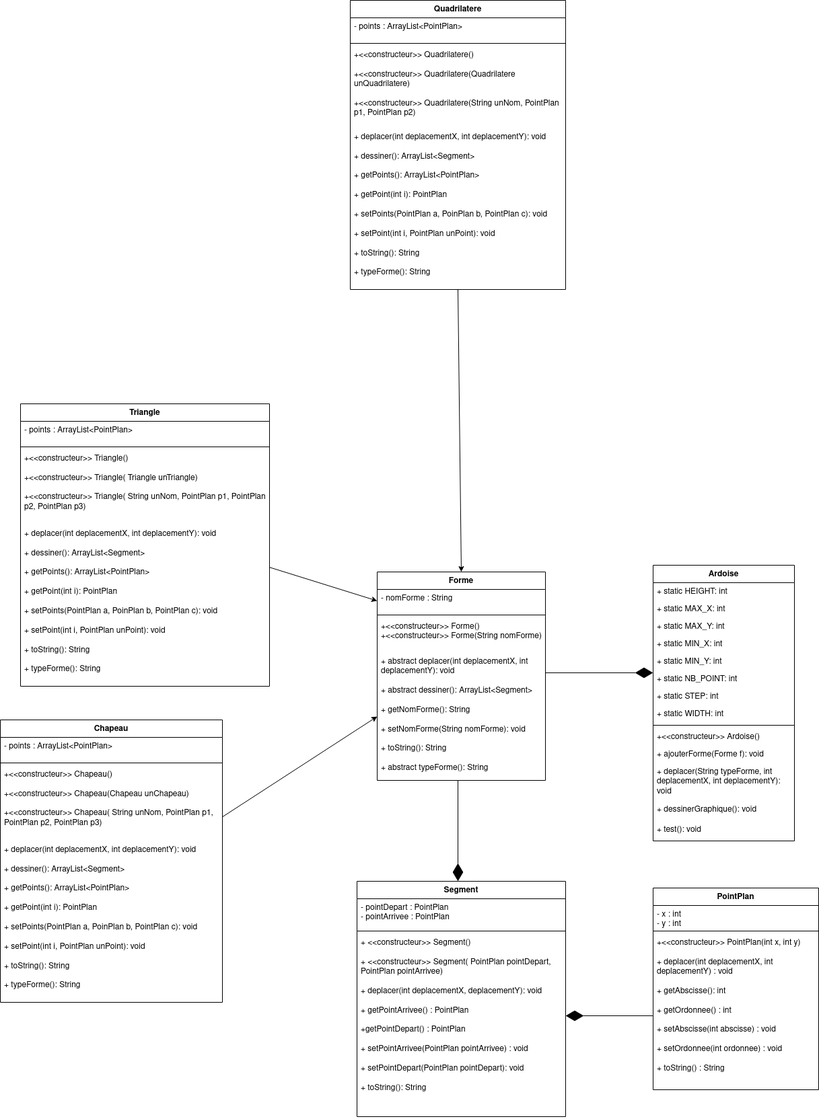
Before: Diagramme_Classe_avec_heritage.drawio.png, a diagram exported from draw.io (Psynona/SAE201). Source tidied: cells renumbered, new cells last; positions are measured from the earlier drawing's top-left corner, leaving out a move shared by most shapes.
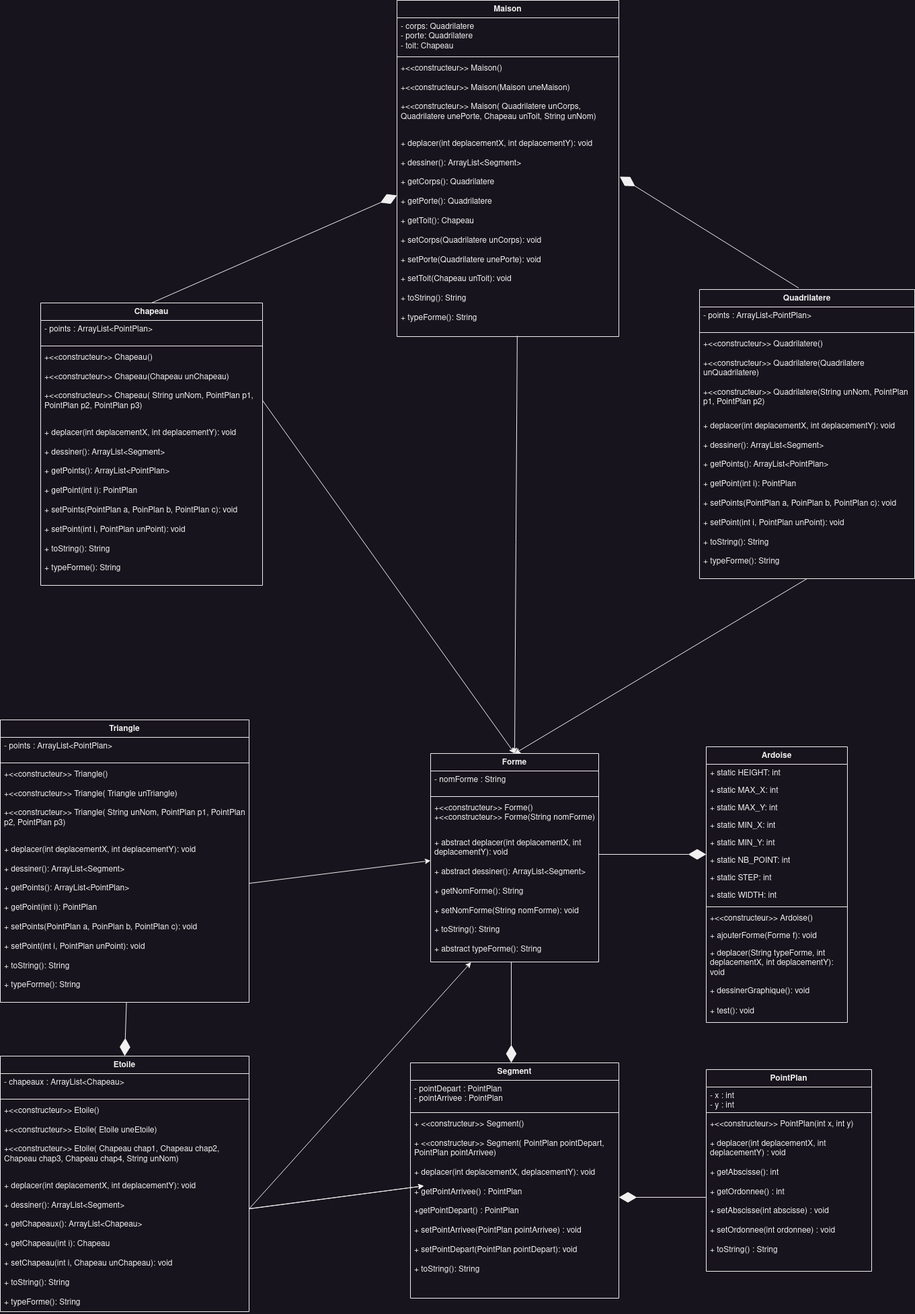
The same diagram one commit later.

The edit, as a diff of the source:
```diff
@@ -104,7 +104,7 @@
       </mxGeometry>
     </mxCell>
     <mxCell id="33" value="Triangle" style="swimlane;fontStyle=1;align=center;verticalAlign=top;horizontal=1;startSize=26;whiteSpace=wrap;html=1;" parent="1" vertex="1">
-      <mxGeometry x="30" y="600" width="370" height="420" as="geometry" />
+      <mxGeometry x="-80" y="800" width="370" height="420" as="geometry" />
     </mxCell>
     <mxCell id="34" value="- points : ArrayList&amp;lt;PointPlan&amp;gt;" style="text;strokeColor=none;fillColor=none;align=left;verticalAlign=top;spacingLeft=4;spacingRight=4;overflow=hidden;whiteSpace=wrap;html=1;" parent="33" vertex="1">
       <mxGeometry y="26" width="370" height="34" as="geometry" />
@@ -118,11 +118,11 @@
     <mxCell id="37" value="&lt;div&gt;+ deplacer(int deplacementX, int deplacementY): void&lt;/div&gt;&lt;div&gt;&lt;br&gt;&lt;/div&gt;&lt;div&gt;+ dessiner(): ArrayList&amp;lt;Segment&amp;gt;&lt;/div&gt;&lt;div&gt;&lt;br&gt;&lt;/div&gt;&lt;div&gt;+ getPoints(): ArrayList&amp;lt;PointPlan&amp;gt;&lt;/div&gt;&lt;div&gt;&lt;br&gt;&lt;/div&gt;&lt;div&gt;+ getPoint(int i): PointPlan&lt;/div&gt;&lt;div&gt;&lt;br&gt;&lt;/div&gt;&lt;div&gt;+ setPoints(PointPlan a, PoinPlan b, PointPlan c): void&lt;/div&gt;&lt;div&gt;&lt;br&gt;&lt;/div&gt;&lt;div&gt;+ setPoint(int i, PointPlan unPoint): void&lt;br&gt;&lt;/div&gt;&lt;div&gt;&lt;br&gt;&lt;/div&gt;&lt;div&gt;+ toString(): String&lt;/div&gt;&lt;div&gt;&lt;br&gt;&lt;/div&gt;&lt;div&gt;+ typeForme(): String&lt;br&gt;&lt;/div&gt;&lt;div&gt;&lt;br&gt;&lt;br&gt;&lt;br&gt;&lt;/div&gt;" style="text;strokeColor=none;fillColor=none;align=left;verticalAlign=top;spacingLeft=4;spacingRight=4;overflow=hidden;points=[[0,0.5],[1,0.5]];portConstraint=eastwest;whiteSpace=wrap;html=1;" parent="33" vertex="1">
       <mxGeometry y="180" width="370" height="240" as="geometry" />
     </mxCell>
-    <mxCell id="38" style="endArrow=classic;html=1;rounded=0;entryX=0;entryY=0.5;entryDx=0;entryDy=0;exitX=1;exitY=0.263;exitDx=0;exitDy=0;exitPerimeter=0;" parent="1" edge="1" source="37" target="18">
+    <mxCell id="38" style="endArrow=classic;html=1;rounded=0;entryX=0;entryY=0.207;entryDx=0;entryDy=0;exitX=1;exitY=0.263;exitDx=0;exitDy=0;exitPerimeter=0;entryPerimeter=0;" parent="1" edge="1" source="37" target="21">
       <mxGeometry relative="1" as="geometry" />
     </mxCell>
     <mxCell id="39" value="Quadrilatere" style="swimlane;fontStyle=1;align=center;verticalAlign=top;horizontal=1;startSize=26;whiteSpace=wrap;html=1;" parent="1" vertex="1">
-      <mxGeometry x="520" width="320" height="430" as="geometry" />
+      <mxGeometry x="960" y="160" width="320" height="430" as="geometry" />
     </mxCell>
     <mxCell id="40" value="- points : ArrayList&amp;lt;PointPlan&amp;gt;" style="text;strokeColor=none;fillColor=none;align=left;verticalAlign=top;spacingLeft=4;spacingRight=4;overflow=hidden;whiteSpace=wrap;html=1;" parent="39" vertex="1">
       <mxGeometry y="26" width="320" height="34" as="geometry" />
@@ -137,7 +137,7 @@
       <mxGeometry y="190" width="320" height="240" as="geometry" />
     </mxCell>
     <mxCell id="44" value="Chapeau" style="swimlane;fontStyle=1;align=center;verticalAlign=top;horizontal=1;startSize=26;whiteSpace=wrap;html=1;" parent="1" vertex="1">
-      <mxGeometry y="1070" width="330" height="420" as="geometry" />
+      <mxGeometry x="-20" y="180" width="330" height="420" as="geometry" />
     </mxCell>
     <mxCell id="45" value="- points : ArrayList&amp;lt;PointPlan&amp;gt;" style="text;strokeColor=none;fillColor=none;align=left;verticalAlign=top;spacingLeft=4;spacingRight=4;overflow=hidden;whiteSpace=wrap;html=1;" parent="44" vertex="1">
       <mxGeometry y="26" width="330" height="34" as="geometry" />
@@ -154,8 +154,65 @@
     <mxCell id="49" style="endArrow=classic;html=1;rounded=0;exitX=0.5;exitY=1;exitDx=0;exitDy=0;entryX=0.5;entryY=0;entryDx=0;entryDy=0;" parent="1" edge="1" source="39" target="17">
       <mxGeometry relative="1" as="geometry" />
     </mxCell>
-    <mxCell id="50" style="endArrow=classic;html=1;rounded=0;entryX=0;entryY=0.5;entryDx=0;entryDy=0;exitX=0.999;exitY=0.683;exitDx=0;exitDy=0;exitPerimeter=0;" parent="1" edge="1" source="47" target="21">
+    <mxCell id="50" style="endArrow=classic;html=1;rounded=0;exitX=0.999;exitY=0.683;exitDx=0;exitDy=0;exitPerimeter=0;entryX=0.5;entryY=0;entryDx=0;entryDy=0;" parent="1" edge="1" source="47" target="17">
       <mxGeometry relative="1" as="geometry" />
     </mxCell>
+    <mxCell id="51" value="Maison" style="swimlane;fontStyle=1;align=center;verticalAlign=top;horizontal=1;startSize=26;whiteSpace=wrap;html=1;" parent="1" vertex="1">
+      <mxGeometry x="510" y="-270" width="330" height="500" as="geometry" />
+    </mxCell>
+    <mxCell id="52" value="&lt;div&gt;- corps: Quadrilatere&lt;/div&gt;&lt;div&gt;- porte: Quadrilatere&lt;/div&gt;&lt;div&gt;- toit: Chapeau&lt;br&gt;&lt;/div&gt;" style="text;strokeColor=none;fillColor=none;align=left;verticalAlign=top;spacingLeft=4;spacingRight=4;overflow=hidden;whiteSpace=wrap;html=1;" parent="51" vertex="1">
+      <mxGeometry y="26" width="330" height="54" as="geometry" />
+    </mxCell>
+    <mxCell id="53" style="line;strokeWidth=1;fillColor=none;align=left;verticalAlign=middle;spacingTop=-1;spacingLeft=3;spacingRight=3;labelPosition=right;strokeColor=inherit;" parent="51" vertex="1">
+      <mxGeometry y="80" width="330" height="8" as="geometry" />
+    </mxCell>
+    <mxCell id="54" value="&lt;div&gt;+&amp;lt;&amp;lt;constructeur&amp;gt;&amp;gt; Maison()&lt;/div&gt;&lt;div&gt;&lt;br&gt;&lt;/div&gt;&lt;div&gt;+&amp;lt;&amp;lt;constructeur&amp;gt;&amp;gt; Maison(Maison uneMaison)&lt;/div&gt;&lt;div&gt;&lt;br&gt;&lt;/div&gt;&lt;div&gt;&lt;div&gt;+&amp;lt;&amp;lt;constructeur&amp;gt;&amp;gt; Maison( Quadrilatere unCorps, Quadrilatere unePorte, Chapeau unToit, String unNom)&lt;/div&gt;&lt;/div&gt;" style="text;strokeColor=none;fillColor=none;align=left;verticalAlign=top;spacingLeft=4;spacingRight=4;overflow=hidden;whiteSpace=wrap;html=1;" parent="51" vertex="1">
+      <mxGeometry y="88" width="330" height="112" as="geometry" />
+    </mxCell>
+    <mxCell id="55" value="&lt;div&gt;+ deplacer(int deplacementX, int deplacementY): void&lt;/div&gt;&lt;div&gt;&lt;br&gt;&lt;/div&gt;&lt;div&gt;+ dessiner(): ArrayList&amp;lt;Segment&amp;gt;&lt;/div&gt;&lt;div&gt;&lt;br&gt;&lt;/div&gt;&lt;div&gt;+ getCorps(): Quadrilatere&lt;br&gt;&lt;/div&gt;&lt;div&gt;&lt;br&gt;&lt;/div&gt;&lt;div&gt;+ getPorte(): Quadrilatere&lt;/div&gt;&lt;div&gt;&lt;br&gt;&lt;/div&gt;&lt;div&gt;+ getToit(): Chapeau&lt;br&gt;&lt;/div&gt;&lt;div&gt;&lt;br&gt;&lt;/div&gt;&lt;div&gt;+ setCorps(Quadrilatere unCorps): void&lt;/div&gt;&lt;div&gt;&lt;br&gt;&lt;/div&gt;&lt;div&gt;+ setPorte(Quadrilatere unePorte): void&lt;br&gt;&lt;/div&gt;&lt;div&gt;&lt;br&gt;&lt;/div&gt;&lt;div&gt;+ setToit(Chapeau unToit): void&lt;/div&gt;&lt;div&gt;&lt;br&gt;&lt;/div&gt;&lt;div&gt;+ toString(): String&lt;/div&gt;&lt;div&gt;&lt;br&gt;&lt;/div&gt;&lt;div&gt;+ typeForme(): String&lt;br&gt;&lt;/div&gt;&lt;div&gt;&lt;br&gt;&lt;br&gt;&lt;/div&gt;" style="text;strokeColor=none;fillColor=none;align=left;verticalAlign=top;spacingLeft=4;spacingRight=4;overflow=hidden;points=[[0,0.5],[1,0.5]];portConstraint=eastwest;whiteSpace=wrap;html=1;" parent="51" vertex="1">
+      <mxGeometry y="200" width="330" height="300" as="geometry" />
+    </mxCell>
+    <mxCell id="56" style="endArrow=classic;html=1;rounded=0;exitX=0.542;exitY=0.996;exitDx=0;exitDy=0;exitPerimeter=0;entryX=0.5;entryY=0;entryDx=0;entryDy=0;" parent="1" edge="1" source="55" target="17">
+      <mxGeometry relative="1" as="geometry" />
+    </mxCell>
+    <mxCell id="57" style="endArrow=diamondThin;endFill=1;endSize=24;html=1;rounded=0;entryX=1.004;entryY=0.207;entryDx=0;entryDy=0;entryPerimeter=0;exitX=0.461;exitY=-0.005;exitDx=0;exitDy=0;exitPerimeter=0;" parent="1" edge="1" source="39" target="55">
+      <mxGeometry relative="1" as="geometry" />
+    </mxCell>
+    <mxCell id="58" style="endArrow=diamondThin;endFill=1;endSize=24;html=1;rounded=0;exitX=0.5;exitY=0;exitDx=0;exitDy=0;" parent="1" edge="1" source="44">
+      <mxGeometry relative="1" as="geometry">
+        <mxPoint x="510" y="20" as="targetPoint" />
+      </mxGeometry>
+    </mxCell>
+    <mxCell id="59" value="Etoile" style="swimlane;fontStyle=1;align=center;verticalAlign=top;horizontal=1;startSize=26;whiteSpace=wrap;html=1;" parent="1" vertex="1">
+      <mxGeometry x="-80" y="1300" width="370" height="380" as="geometry" />
+    </mxCell>
+    <mxCell id="60" value="- chapeaux : ArrayList&amp;lt;Chapeau&amp;gt;" style="text;strokeColor=none;fillColor=none;align=left;verticalAlign=top;spacingLeft=4;spacingRight=4;overflow=hidden;whiteSpace=wrap;html=1;" parent="59" vertex="1">
+      <mxGeometry y="26" width="370" height="34" as="geometry" />
+    </mxCell>
+    <mxCell id="61" style="line;strokeWidth=1;fillColor=none;align=left;verticalAlign=middle;spacingTop=-1;spacingLeft=3;spacingRight=3;labelPosition=right;strokeColor=inherit;" parent="59" vertex="1">
+      <mxGeometry y="60" width="370" height="8" as="geometry" />
+    </mxCell>
+    <mxCell id="62" value="&lt;div&gt;+&amp;lt;&amp;lt;constructeur&amp;gt;&amp;gt; Etoile()&lt;/div&gt;&lt;div&gt;&lt;br&gt;&lt;/div&gt;&lt;div&gt;+&amp;lt;&amp;lt;constructeur&amp;gt;&amp;gt; Etoile( Etoile uneEtoile)&lt;/div&gt;&lt;div&gt;&lt;br&gt;&lt;/div&gt;&lt;div&gt;+&amp;lt;&amp;lt;constructeur&amp;gt;&amp;gt; Etoile( Chapeau chap1, Chapeau chap2, Chapeau chap3, Chapeau chap4, String unNom)&lt;/div&gt;&lt;div&gt;&lt;br&gt;&lt;/div&gt;&lt;div&gt;&lt;br&gt;&lt;/div&gt;" style="text;strokeColor=none;fillColor=none;align=left;verticalAlign=top;spacingLeft=4;spacingRight=4;overflow=hidden;whiteSpace=wrap;html=1;" parent="59" vertex="1">
+      <mxGeometry y="68" width="370" height="112" as="geometry" />
+    </mxCell>
+    <mxCell id="63" value="&lt;div&gt;+ deplacer(int deplacementX, int deplacementY): void&lt;/div&gt;&lt;div&gt;&lt;br&gt;&lt;/div&gt;&lt;div&gt;+ dessiner(): ArrayList&amp;lt;Segment&amp;gt;&lt;/div&gt;&lt;div&gt;&lt;br&gt;&lt;/div&gt;&lt;div&gt;+ getChapeaux(): ArrayList&amp;lt;Chapeau&amp;gt;&lt;/div&gt;&lt;div&gt;&lt;br&gt;&lt;/div&gt;&lt;div&gt;+ getChapeau(int i): Chapeau&lt;br&gt;&lt;/div&gt;&lt;div&gt;&lt;br&gt;&lt;/div&gt;&lt;div&gt;+ setChapeau(int i, Chapeau unChapeau): void&lt;/div&gt;&lt;div&gt;&lt;br&gt;&lt;/div&gt;&lt;div&gt;+ toString(): String&lt;/div&gt;&lt;div&gt;&lt;br&gt;&lt;/div&gt;&lt;div&gt;+ typeForme(): String&lt;br&gt;&lt;/div&gt;&lt;div&gt;&lt;br&gt;&lt;br&gt;&lt;br&gt;&lt;/div&gt;" style="text;strokeColor=none;fillColor=none;align=left;verticalAlign=top;spacingLeft=4;spacingRight=4;overflow=hidden;points=[[0,0.5],[1,0.5]];portConstraint=eastwest;whiteSpace=wrap;html=1;" parent="59" vertex="1">
+      <mxGeometry y="180" width="370" height="200" as="geometry" />
+    </mxCell>
+    <mxCell id="64" style="endArrow=diamondThin;endFill=1;endSize=24;html=1;rounded=0;exitX=0.507;exitY=1.002;exitDx=0;exitDy=0;exitPerimeter=0;entryX=0.5;entryY=0;entryDx=0;entryDy=0;" parent="1" edge="1" source="37" target="59">
+      <mxGeometry relative="1" as="geometry" />
+    </mxCell>
+    <mxCell id="65" style="endArrow=classic;html=1;rounded=0;entryX=0;entryY=0.207;entryDx=0;entryDy=0;exitX=1.005;exitY=0.23;exitDx=0;exitDy=0;exitPerimeter=0;entryPerimeter=0;" parent="1" edge="1" source="63">
+      <mxGeometry relative="1" as="geometry">
+        <mxPoint x="550" y="1493" as="targetPoint" />
+      </mxGeometry>
+    </mxCell>
+    <mxCell id="66" style="endArrow=classic;html=1;rounded=0;entryX=0;entryY=0.207;entryDx=0;entryDy=0;exitX=1.002;exitY=0.234;exitDx=0;exitDy=0;exitPerimeter=0;entryPerimeter=0;" parent="1" edge="1" source="63">
+      <mxGeometry relative="1" as="geometry">
+        <mxPoint x="550" y="1493" as="targetPoint" />
+      </mxGeometry>
+    </mxCell>
+    <mxCell id="67" style="endArrow=classic;html=1;rounded=0;entryX=0.241;entryY=1.002;entryDx=0;entryDy=0;exitX=1;exitY=0.236;exitDx=0;exitDy=0;exitPerimeter=0;entryPerimeter=0;" parent="1" edge="1" source="63" target="21">
+      <mxGeometry relative="1" as="geometry" />
+    </mxCell>
   </root>
 </mxGraphModel>
```
